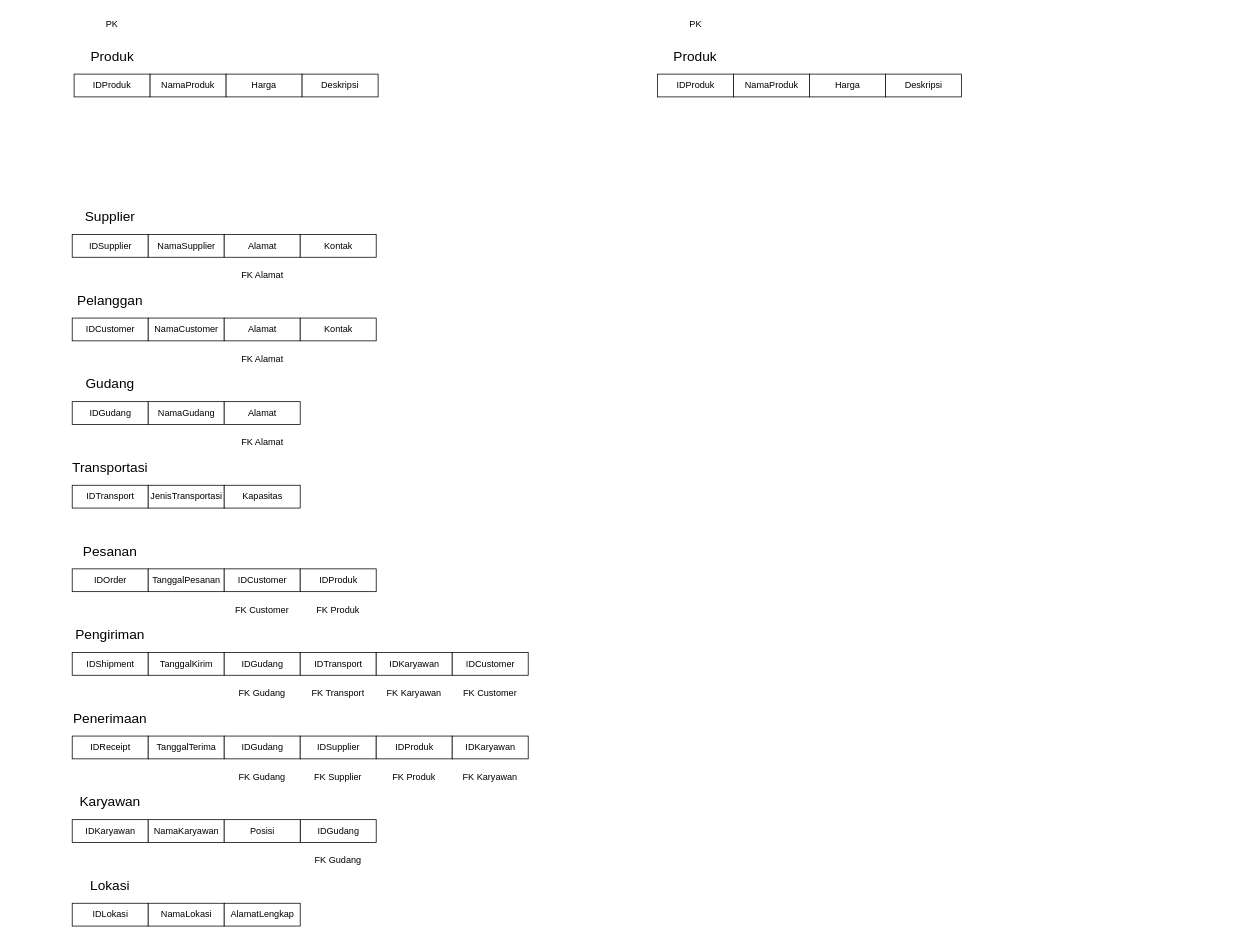
Firzh/semester-3 keeps this draw.io diagram as page "Schema Data Model" (2 of 10) of logistic-management-system.drawio. Above is the earlier version. Source tidied: cells renumbered, new cells numbered last; positions are measured from the earlier drawing's top-left corner, leaving out a move shared by most shapes. Both pictures are drawn from the tidied source at 76%, with x=0, y=0 at pixel (13, 13).
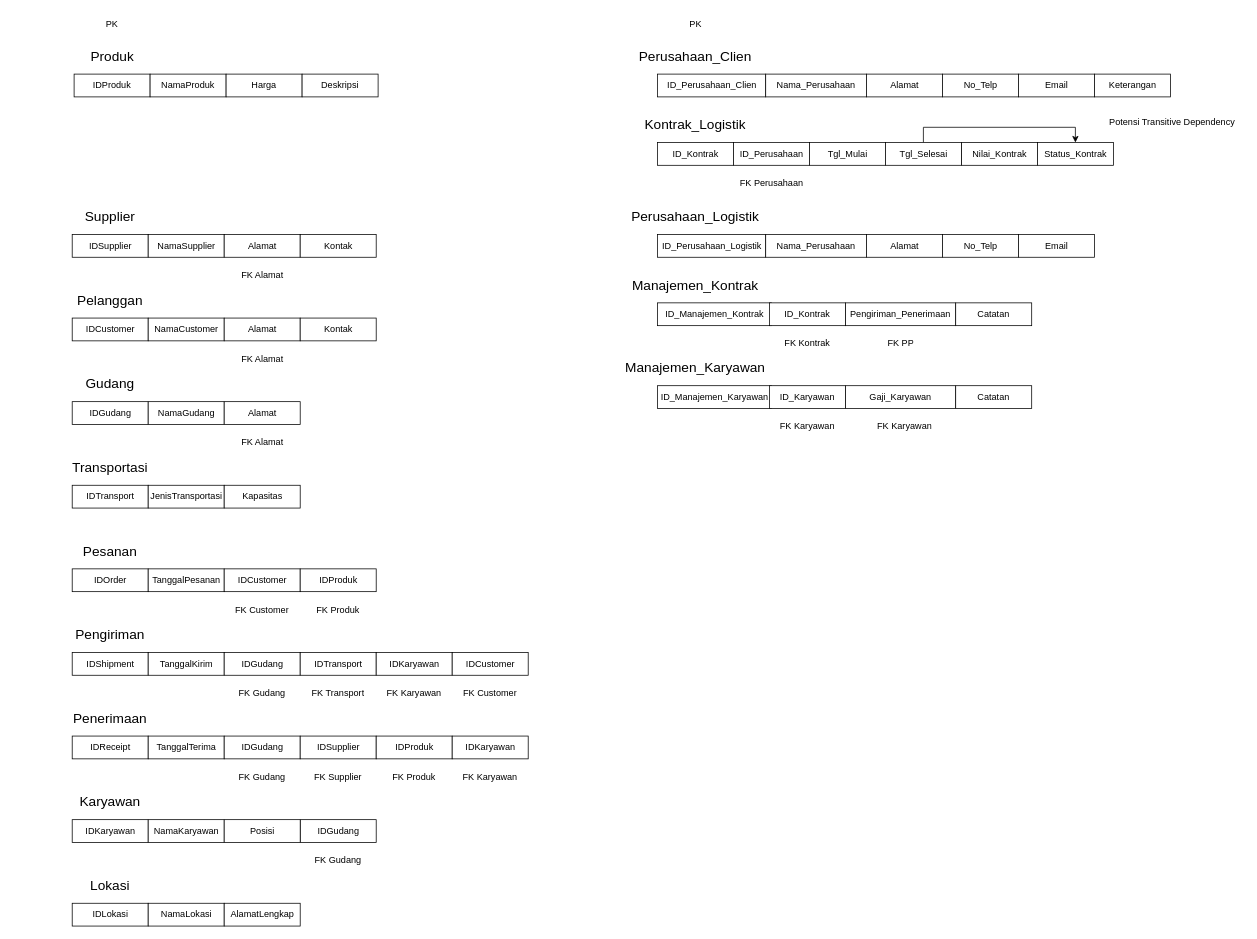
The same page after the edit.

What changed in the source:
```diff
@@
-    <mxCell id="68" value="IDProduk" style="whiteSpace=wrap;html=1;align=center;" parent="1" vertex="1">
-      <mxGeometry x="847.5" y="80" width="100" height="30" as="geometry" />
+    <mxCell id="68" value="ID_Perusahaan_Clien" style="whiteSpace=wrap;html=1;align=center;" parent="1" vertex="1">
+      <mxGeometry x="847.5" y="80" width="142.5" height="30" as="geometry" />
     </mxCell>
-    <mxCell id="69" value="&lt;font style=&quot;font-size: 18px;&quot;&gt;Produk&lt;/font&gt;" style="text;strokeColor=none;fillColor=none;spacingLeft=4;spacingRight=4;overflow=hidden;fontSize=12;whiteSpace=wrap;html=1;align=center;" parent="1" vertex="1">
+    <mxCell id="69" value="&lt;span style=&quot;font-size: 18px;&quot;&gt;Perusahaan_Clien&lt;/span&gt;" style="text;strokeColor=none;fillColor=none;spacingLeft=4;spacingRight=4;overflow=hidden;fontSize=12;whiteSpace=wrap;html=1;align=center;" parent="1" vertex="1">
       <mxGeometry x="770" y="40" width="255" height="30" as="geometry" />
     </mxCell>
-    <mxCell id="70" value="NamaProduk" style="whiteSpace=wrap;html=1;align=center;" parent="1" vertex="1">
-      <mxGeometry x="947.5" y="80" width="100" height="30" as="geometry" />
+    <mxCell id="70" value="Nama_Perusahaan" style="whiteSpace=wrap;html=1;align=center;" parent="1" vertex="1">
+      <mxGeometry x="990" y="80" width="132.5" height="30" as="geometry" />
     </mxCell>
-    <mxCell id="71" value="Harga" style="whiteSpace=wrap;html=1;align=center;" parent="1" vertex="1">
-      <mxGeometry x="1047.5" y="80" width="100" height="30" as="geometry" />
+    <mxCell id="71" value="Alamat" style="whiteSpace=wrap;html=1;align=center;" parent="1" vertex="1">
+      <mxGeometry x="1122.5" y="80" width="100" height="30" as="geometry" />
     </mxCell>
-    <mxCell id="72" value="Deskripsi" style="whiteSpace=wrap;html=1;align=center;" parent="1" vertex="1">
-      <mxGeometry x="1147.5" y="80" width="100" height="30" as="geometry" />
+    <mxCell id="72" value="No_Telp" style="whiteSpace=wrap;html=1;align=center;" parent="1" vertex="1">
+      <mxGeometry x="1222.5" y="80" width="100" height="30" as="geometry" />
     </mxCell>
@@
+    <mxCell id="74" value="Email" style="whiteSpace=wrap;html=1;align=center;" parent="1" vertex="1">
+      <mxGeometry x="1322.5" y="80" width="100" height="30" as="geometry" />
+    </mxCell>
+    <mxCell id="75" value="Keterangan" style="whiteSpace=wrap;html=1;align=center;" parent="1" vertex="1">
+      <mxGeometry x="1422.5" y="80" width="100" height="30" as="geometry" />
+    </mxCell>
+    <mxCell id="76" value="ID_Kontrak" style="whiteSpace=wrap;html=1;align=center;" parent="1" vertex="1">
+      <mxGeometry x="847.5" y="170" width="100" height="30" as="geometry" />
+    </mxCell>
+    <mxCell id="77" value="&lt;font style=&quot;font-size: 18px;&quot;&gt;Kontrak_Logistik&lt;/font&gt;" style="text;strokeColor=none;fillColor=none;spacingLeft=4;spacingRight=4;overflow=hidden;fontSize=12;whiteSpace=wrap;html=1;align=center;" parent="1" vertex="1">
+      <mxGeometry x="770" y="130" width="255" height="30" as="geometry" />
+    </mxCell>
+    <mxCell id="78" value="ID_Perusahaan" style="whiteSpace=wrap;html=1;align=center;" parent="1" vertex="1">
+      <mxGeometry x="947.5" y="170" width="100" height="30" as="geometry" />
+    </mxCell>
+    <mxCell id="79" value="Tgl_Mulai" style="whiteSpace=wrap;html=1;align=center;" parent="1" vertex="1">
+      <mxGeometry x="1047.5" y="170" width="100" height="30" as="geometry" />
+    </mxCell>
+    <mxCell id="80" value="Nilai_Kontrak" style="whiteSpace=wrap;html=1;align=center;" parent="1" vertex="1">
+      <mxGeometry x="1247.5" y="170" width="100" height="30" as="geometry" />
+    </mxCell>
+    <mxCell id="81" value="FK Perusahaan" style="text;strokeColor=none;fillColor=none;spacingLeft=4;spacingRight=4;overflow=hidden;fontSize=12;whiteSpace=wrap;html=1;align=center;" parent="1" vertex="1">
+      <mxGeometry x="948.8" y="210" width="97.5" height="30" as="geometry" />
+    </mxCell>
+    <mxCell id="82" value="Status_Kontrak" style="whiteSpace=wrap;html=1;align=center;" parent="1" vertex="1">
+      <mxGeometry x="1347.5" y="170" width="100" height="30" as="geometry" />
+    </mxCell>
+    <mxCell id="83" style="edgeStyle=orthogonalEdgeStyle;rounded=0;jettySize=auto;html=1;entryX=0.5;entryY=0;entryDx=0;entryDy=0;exitX=0.5;exitY=0;exitDx=0;exitDy=0;" parent="1" edge="1" source="84" target="82">
+      <mxGeometry relative="1" as="geometry" />
+    </mxCell>
+    <mxCell id="84" value="Tgl_Selesai" style="whiteSpace=wrap;html=1;align=center;" parent="1" vertex="1">
+      <mxGeometry x="1147.5" y="170" width="100" height="30" as="geometry" />
+    </mxCell>
+    <mxCell id="85" value="Potensi Transitive Dependency" style="text;strokeColor=none;fillColor=none;spacingLeft=4;spacingRight=4;overflow=hidden;fontSize=12;whiteSpace=wrap;html=1;align=center;" parent="1" vertex="1">
+      <mxGeometry x="1430" y="130" width="190" height="30" as="geometry" />
+    </mxCell>
+    <mxCell id="86" value="ID_Perusahaan_Logistik" style="whiteSpace=wrap;html=1;align=center;" parent="1" vertex="1">
+      <mxGeometry x="847.5" y="291" width="142.5" height="30" as="geometry" />
+    </mxCell>
+    <mxCell id="87" value="&lt;font style=&quot;font-size: 18px;&quot;&gt;Perusahaan_Logistik&lt;/font&gt;" style="text;strokeColor=none;fillColor=none;spacingLeft=4;spacingRight=4;overflow=hidden;fontSize=12;whiteSpace=wrap;html=1;align=center;" parent="1" vertex="1">
+      <mxGeometry x="770" y="251" width="255" height="30" as="geometry" />
+    </mxCell>
+    <mxCell id="88" value="Nama_Perusahaan" style="whiteSpace=wrap;html=1;align=center;" parent="1" vertex="1">
+      <mxGeometry x="990" y="291" width="132.5" height="30" as="geometry" />
+    </mxCell>
+    <mxCell id="89" value="Alamat" style="whiteSpace=wrap;html=1;align=center;" parent="1" vertex="1">
+      <mxGeometry x="1122.5" y="291" width="100" height="30" as="geometry" />
+    </mxCell>
+    <mxCell id="90" value="No_Telp" style="whiteSpace=wrap;html=1;align=center;" parent="1" vertex="1">
+      <mxGeometry x="1222.5" y="291" width="100" height="30" as="geometry" />
+    </mxCell>
+    <mxCell id="91" value="Email" style="whiteSpace=wrap;html=1;align=center;" parent="1" vertex="1">
+      <mxGeometry x="1322.5" y="291" width="100" height="30" as="geometry" />
+    </mxCell>
+    <mxCell id="92" value="ID_Manajemen_Kontrak" style="whiteSpace=wrap;html=1;align=center;" parent="1" vertex="1">
+      <mxGeometry x="847.5" y="381" width="150" height="30" as="geometry" />
+    </mxCell>
+    <mxCell id="93" value="&lt;font style=&quot;font-size: 18px;&quot;&gt;Manajemen_Kontrak&lt;/font&gt;" style="text;strokeColor=none;fillColor=none;spacingLeft=4;spacingRight=4;overflow=hidden;fontSize=12;whiteSpace=wrap;html=1;align=center;" parent="1" vertex="1">
+      <mxGeometry x="770" y="341" width="255" height="30" as="geometry" />
+    </mxCell>
+    <mxCell id="94" value="ID_Kontrak" style="whiteSpace=wrap;html=1;align=center;" parent="1" vertex="1">
+      <mxGeometry x="995" y="381" width="100" height="30" as="geometry" />
+    </mxCell>
+    <mxCell id="95" value="Pengiriman_Penerimaan" style="whiteSpace=wrap;html=1;align=center;" parent="1" vertex="1">
+      <mxGeometry x="1095" y="381" width="145" height="30" as="geometry" />
+    </mxCell>
+    <mxCell id="96" value="FK Kontrak" style="text;strokeColor=none;fillColor=none;spacingLeft=4;spacingRight=4;overflow=hidden;fontSize=12;whiteSpace=wrap;html=1;align=center;" parent="1" vertex="1">
+      <mxGeometry x="996.2" y="420" width="97.5" height="30" as="geometry" />
+    </mxCell>
+    <mxCell id="97" value="FK PP" style="text;strokeColor=none;fillColor=none;spacingLeft=4;spacingRight=4;overflow=hidden;fontSize=12;whiteSpace=wrap;html=1;align=center;" parent="1" vertex="1">
+      <mxGeometry x="1118.8" y="420" width="97.5" height="30" as="geometry" />
+    </mxCell>
+    <mxCell id="98" value="Catatan" style="whiteSpace=wrap;html=1;align=center;" parent="1" vertex="1">
+      <mxGeometry x="1240" y="381" width="100" height="30" as="geometry" />
+    </mxCell>
+    <mxCell id="99" value="ID_Manajemen_Karyawan" style="whiteSpace=wrap;html=1;align=center;" parent="1" vertex="1">
+      <mxGeometry x="847.5" y="490" width="150" height="30" as="geometry" />
+    </mxCell>
+    <mxCell id="100" value="&lt;font style=&quot;font-size: 18px;&quot;&gt;Manajemen_Karyawan&lt;/font&gt;" style="text;strokeColor=none;fillColor=none;spacingLeft=4;spacingRight=4;overflow=hidden;fontSize=12;whiteSpace=wrap;html=1;align=center;" parent="1" vertex="1">
+      <mxGeometry x="770" y="450" width="255" height="30" as="geometry" />
+    </mxCell>
+    <mxCell id="101" value="ID_Karyawan" style="whiteSpace=wrap;html=1;align=center;" parent="1" vertex="1">
+      <mxGeometry x="995" y="490" width="100" height="30" as="geometry" />
+    </mxCell>
+    <mxCell id="102" value="Gaji_Karyawan" style="whiteSpace=wrap;html=1;align=center;" parent="1" vertex="1">
+      <mxGeometry x="1095" y="490" width="145" height="30" as="geometry" />
+    </mxCell>
+    <mxCell id="103" value="FK Karyawan" style="text;strokeColor=none;fillColor=none;spacingLeft=4;spacingRight=4;overflow=hidden;fontSize=12;whiteSpace=wrap;html=1;align=center;" parent="1" vertex="1">
+      <mxGeometry x="996.2" y="529" width="97.5" height="30" as="geometry" />
+    </mxCell>
+    <mxCell id="104" value="FK Karyawan" style="text;strokeColor=none;fillColor=none;spacingLeft=4;spacingRight=4;overflow=hidden;fontSize=12;whiteSpace=wrap;html=1;align=center;" parent="1" vertex="1">
+      <mxGeometry x="1123.8" y="529" width="97.5" height="30" as="geometry" />
+    </mxCell>
+    <mxCell id="105" value="Catatan" style="whiteSpace=wrap;html=1;align=center;" parent="1" vertex="1">
+      <mxGeometry x="1240" y="490" width="100" height="30" as="geometry" />
+    </mxCell>
```
